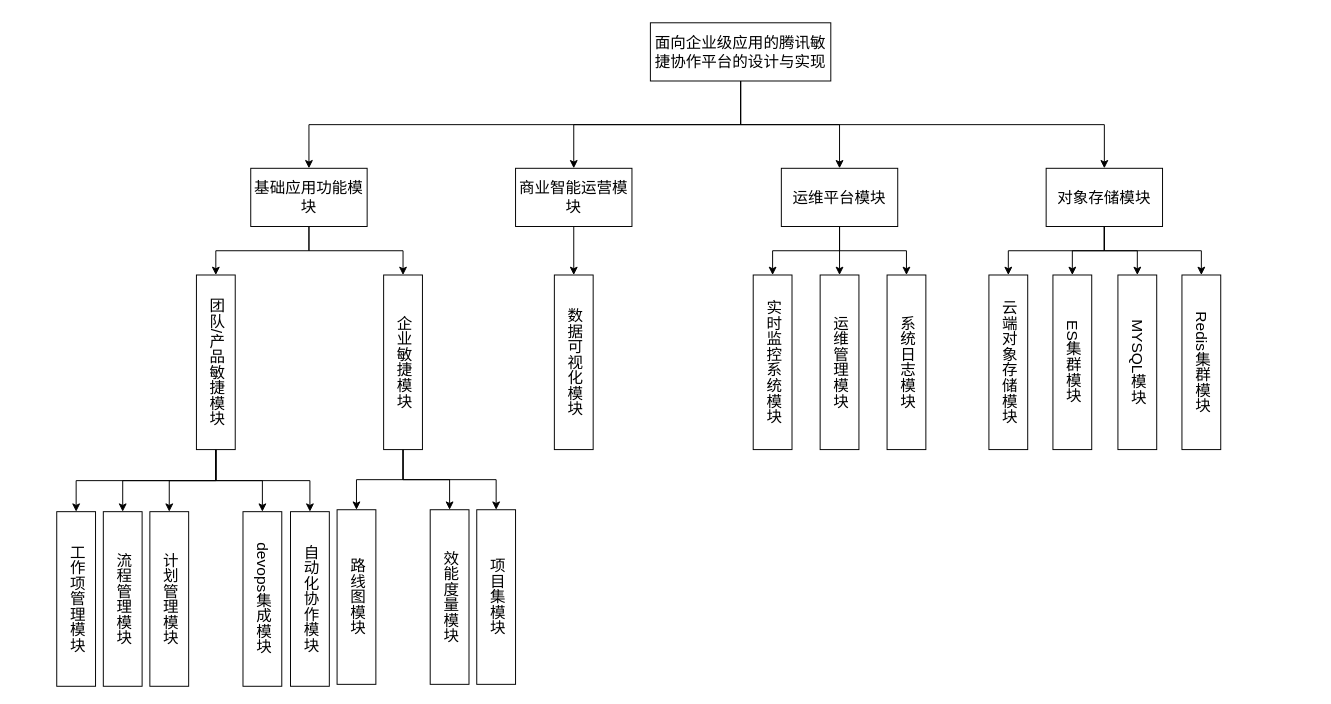
qf2020/drawio keeps this draw.io diagram as system.drawio. Above is the earlier version. Source tidied: cells renumbered, new cells numbered last; positions are measured from the earlier drawing's top-left corner, leaving out a move shared by most shapes. Both pictures are drawn from the tidied source at 97%, with x=0, y=0 at pixel (56, 22).
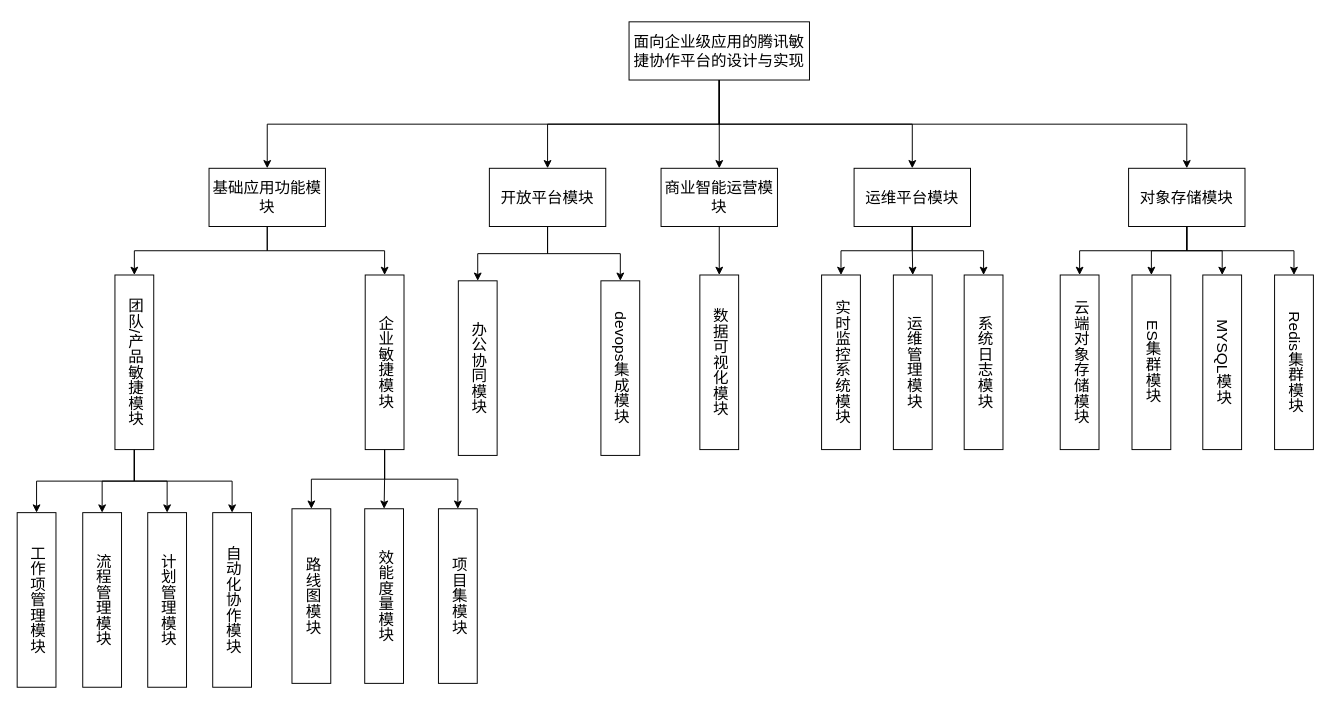
After the change.

Change to the diagram source:
```diff
@@
+    <mxCell id="47" style="edgeStyle=orthogonalEdgeStyle;rounded=0;jettySize=auto;html=1;exitX=0.5;exitY=1;exitDx=0;exitDy=0;" parent="1" edge="1" source="6" target="51">
+      <mxGeometry relative="1" as="geometry" />
+    </mxCell>
     <mxCell id="6" value="&lt;p class=&quot;MsoNormal&quot;&gt;&lt;span style=&quot;font-family: 宋体;&quot;&gt;&lt;font face=&quot;宋体&quot;&gt;&lt;span&gt;面向企业级应用的腾讯敏捷协作平台的设计与实现&lt;/span&gt;&lt;/font&gt;&lt;/span&gt;&lt;/p&gt;" style="rounded=0;whiteSpace=wrap;html=1;fontStyle=0;fontSize=16;" parent="1" vertex="1">
-      <mxGeometry x="612" width="186" height="60" as="geometry" />
+      <mxGeometry x="590" y="-1" width="186" height="60" as="geometry" />
     </mxCell>
@@
     <mxCell id="9" value="&lt;p class=&quot;MsoNormal&quot;&gt;&lt;font face=&quot;宋体&quot;&gt;&lt;span&gt;&lt;span&gt;基础应用功能模块&lt;/span&gt;&lt;/span&gt;&lt;/font&gt;&lt;/p&gt;" style="rounded=0;whiteSpace=wrap;html=1;spacing=2;fontStyle=0;fontSize=16;" parent="1" vertex="1">
-      <mxGeometry x="200" y="150" width="120" height="60" as="geometry" />
+      <mxGeometry x="157" y="150" width="120" height="60" as="geometry" />
     </mxCell>
-    <mxCell id="10" style="edgeStyle=orthogonalEdgeStyle;rounded=0;jettySize=auto;html=1;exitX=0.5;exitY=1;exitDx=0;exitDy=0;entryX=0.5;entryY=0;entryDx=0;entryDy=0;fontStyle=0;fontSize=16;" parent="1" edge="1" source="11" target="46">
-      <mxGeometry relative="1" as="geometry" />
-    </mxCell>
+    <mxCell id="48" style="edgeStyle=orthogonalEdgeStyle;rounded=0;jettySize=auto;html=1;exitX=0.5;exitY=1;exitDx=0;exitDy=0;entryX=0.5;entryY=0;entryDx=0;entryDy=0;" parent="1" edge="1" source="11" target="52">
+      <mxGeometry relative="1" as="geometry" />
+    </mxCell>
+    <mxCell id="49" style="edgeStyle=orthogonalEdgeStyle;rounded=0;jettySize=auto;html=1;exitX=0.5;exitY=1;exitDx=0;exitDy=0;entryX=0.5;entryY=0;entryDx=0;entryDy=0;" parent="1" edge="1" source="11" target="37">
+      <mxGeometry relative="1" as="geometry" />
+    </mxCell>
-    <mxCell id="11" value="&lt;p class=&quot;MsoNormal&quot;&gt;&lt;font face=&quot;宋体&quot;&gt;&lt;span&gt;&lt;span&gt;商业智能运营模块&lt;/span&gt;&lt;/span&gt;&lt;/font&gt;&lt;/p&gt;" style="rounded=0;whiteSpace=wrap;html=1;spacing=2;fontStyle=0;fontSize=16;" parent="1" vertex="1">
-      <mxGeometry x="473" y="150" width="120" height="60" as="geometry" />
+    <mxCell id="11" value="&lt;p class=&quot;MsoNormal&quot;&gt;&lt;font face=&quot;宋体&quot;&gt;&lt;span&gt;&lt;span&gt;开放平台模块&lt;/span&gt;&lt;/span&gt;&lt;/font&gt;&lt;/p&gt;" style="rounded=0;whiteSpace=wrap;html=1;spacing=2;fontStyle=0;fontSize=16;" parent="1" vertex="1">
+      <mxGeometry x="446" y="150" width="120" height="60" as="geometry" />
     </mxCell>
@@
     <mxCell id="16" value="&lt;p class=&quot;MsoNormal&quot;&gt;&lt;span style=&quot;font-family: 宋体;&quot;&gt;&lt;font face=&quot;宋体&quot;&gt;对象存储模块&lt;/font&gt;&lt;/span&gt;&lt;/p&gt;" style="rounded=0;whiteSpace=wrap;html=1;spacing=2;fontStyle=0;fontSize=16;" parent="1" vertex="1">
-      <mxGeometry x="1020" y="150" width="120" height="60" as="geometry" />
+      <mxGeometry x="1105" y="150" width="120" height="60" as="geometry" />
     </mxCell>
@@
     <mxCell id="20" value="&lt;p class=&quot;MsoNormal&quot;&gt;&lt;span style=&quot;font-family: 宋体;&quot;&gt;&lt;font face=&quot;宋体&quot;&gt;运维平台模块&lt;/font&gt;&lt;/span&gt;&lt;/p&gt;" style="rounded=0;whiteSpace=wrap;html=1;spacing=2;fontStyle=0;fontSize=16;" parent="1" vertex="1">
-      <mxGeometry x="747" y="150" width="120" height="60" as="geometry" />
+      <mxGeometry x="822" y="150" width="120" height="60" as="geometry" />
     </mxCell>
@@
-    <mxCell id="24" style="edgeStyle=orthogonalEdgeStyle;rounded=0;jettySize=auto;html=1;exitX=0.5;exitY=1;exitDx=0;exitDy=0;entryX=0.5;entryY=0;entryDx=0;entryDy=0;fontStyle=0;fontSize=16;" parent="1" edge="1" source="26" target="37">
-      <mxGeometry relative="1" as="geometry" />
-    </mxCell>
-    <mxCell id="25" style="edgeStyle=orthogonalEdgeStyle;rounded=0;jettySize=auto;html=1;exitX=0.5;exitY=1;exitDx=0;exitDy=0;entryX=0.5;entryY=0;entryDx=0;entryDy=0;fontStyle=0;fontSize=16;" parent="1" edge="1" source="26" target="38">
+    <mxCell id="25" style="edgeStyle=orthogonalEdgeStyle;rounded=0;jettySize=auto;html=1;exitX=0.5;exitY=1;exitDx=0;exitDy=0;entryX=0.5;entryY=0;entryDx=0;entryDy=0;" parent="1" edge="1" source="26" target="38">
       <mxGeometry relative="1" as="geometry" />
     </mxCell>
     <mxCell id="26" value="团队/产品敏捷模块" style="rounded=0;whiteSpace=wrap;html=1;textDirection=vertical-rl;fontStyle=0;fontSize=16;" parent="1" vertex="1">
-      <mxGeometry x="144" y="260" width="40" height="180" as="geometry" />
+      <mxGeometry x="60" y="260" width="40" height="180" as="geometry" />
     </mxCell>
@@
     <mxCell id="30" value="&lt;span&gt;企业敏捷模块&lt;/span&gt;" style="rounded=0;whiteSpace=wrap;html=1;textDirection=vertical-rl;fontStyle=0;fontSize=16;" parent="1" vertex="1">
-      <mxGeometry x="337" y="260" width="40" height="180" as="geometry" />
+      <mxGeometry x="318" y="260" width="40" height="180" as="geometry" />
     </mxCell>
     <mxCell id="31" value="工作项管理模块" style="rounded=0;whiteSpace=wrap;html=1;textDirection=vertical-rl;fontStyle=0;fontSize=16;" parent="1" vertex="1">
-      <mxGeometry y="504" width="40" height="180" as="geometry" />
+      <mxGeometry x="-40.8" y="505" width="40" height="180" as="geometry" />
     </mxCell>
     <mxCell id="32" value="流程管理模块" style="rounded=0;whiteSpace=wrap;html=1;textDirection=vertical-rl;fontStyle=0;fontSize=16;" parent="1" vertex="1">
-      <mxGeometry x="48" y="504" width="40" height="180" as="geometry" />
+      <mxGeometry x="26.8" y="505" width="40" height="180" as="geometry" />
     </mxCell>
     <mxCell id="33" value="计划管理模块" style="rounded=0;whiteSpace=wrap;html=1;textDirection=vertical-rl;fontStyle=0;fontSize=16;" parent="1" vertex="1">
-      <mxGeometry x="96" y="504" width="40" height="180" as="geometry" />
+      <mxGeometry x="93.8" y="505" width="40" height="180" as="geometry" />
     </mxCell>
     <mxCell id="34" value="路线图模块" style="rounded=0;whiteSpace=wrap;html=1;textDirection=vertical-rl;fontStyle=0;fontSize=16;" parent="1" vertex="1">
-      <mxGeometry x="289" y="502" width="40" height="180" as="geometry" />
+      <mxGeometry x="242.5" y="501" width="40" height="180" as="geometry" />
     </mxCell>
     <mxCell id="35" value="效能度量模块" style="rounded=0;whiteSpace=wrap;html=1;textDirection=vertical-rl;fontStyle=0;fontSize=16;" parent="1" vertex="1">
-      <mxGeometry x="385" y="502" width="40" height="180" as="geometry" />
+      <mxGeometry x="317.5" y="501" width="40" height="180" as="geometry" />
     </mxCell>
     <mxCell id="36" value="项目集模块" style="rounded=0;whiteSpace=wrap;html=1;textDirection=vertical-rl;fontStyle=0;fontSize=16;" parent="1" vertex="1">
-      <mxGeometry x="433" y="502" width="40" height="180" as="geometry" />
+      <mxGeometry x="393.5" y="501" width="40" height="180" as="geometry" />
     </mxCell>
-    <mxCell id="37" value="devops集成模块" style="rounded=0;whiteSpace=wrap;html=1;textDirection=vertical-rl;fontStyle=0;fontSize=16;" parent="1" vertex="1">
-      <mxGeometry x="192" y="504" width="40" height="180" as="geometry" />
-    </mxCell>
-    <mxCell id="38" value="自动化协作模块" style="rounded=0;whiteSpace=wrap;html=1;textDirection=vertical-rl;fontStyle=0;fontSize=16;" parent="1" vertex="1">
-      <mxGeometry x="241" y="504" width="40" height="180" as="geometry" />
-    </mxCell>
-    <mxCell id="39" value="云端对象存储模块" style="rounded=0;whiteSpace=wrap;html=1;textDirection=vertical-rl;fontStyle=0;fontSize=16;" parent="1" vertex="1">
-      <mxGeometry x="961" y="260" width="40" height="180" as="geometry" />
+    <mxCell id="39" value="云端对象存储模块" style="rounded=0;whiteSpace=wrap;html=1;textDirection=vertical-rl;fontStyle=0;fontSize=16;flipH=0;" parent="1" vertex="1">
+      <mxGeometry x="1034.5" y="260" width="40" height="180" as="geometry" />
     </mxCell>
-    <mxCell id="40" value="实时监控系统模块" style="rounded=0;whiteSpace=wrap;html=1;textDirection=vertical-rl;fontStyle=0;fontSize=16;" parent="1" vertex="1">
-      <mxGeometry x="718" y="260" width="40" height="180" as="geometry" />
+    <mxCell id="40" value="实时监控系统模块" style="rounded=0;whiteSpace=wrap;html=1;textDirection=vertical-rl;fontStyle=0;fontSize=16;flipH=0;" parent="1" vertex="1">
+      <mxGeometry x="788.5" y="260" width="40" height="180" as="geometry" />
     </mxCell>
-    <mxCell id="41" value="运维管理模块" style="rounded=0;whiteSpace=wrap;html=1;textDirection=vertical-rl;fontStyle=0;fontSize=16;" parent="1" vertex="1">
-      <mxGeometry x="787" y="260" width="40" height="180" as="geometry" />
+    <mxCell id="41" value="运维管理模块" style="rounded=0;whiteSpace=wrap;html=1;textDirection=vertical-rl;fontStyle=0;fontSize=16;flipH=0;" parent="1" vertex="1">
+      <mxGeometry x="862.5" y="260" width="40" height="180" as="geometry" />
     </mxCell>
-    <mxCell id="42" value="系统日志模块" style="rounded=0;whiteSpace=wrap;html=1;textDirection=vertical-rl;fontStyle=0;fontSize=16;" parent="1" vertex="1">
-      <mxGeometry x="856" y="260" width="40" height="180" as="geometry" />
+    <mxCell id="42" value="系统日志模块" style="rounded=0;whiteSpace=wrap;html=1;textDirection=vertical-rl;fontStyle=0;fontSize=16;flipH=0;" parent="1" vertex="1">
+      <mxGeometry x="935.5" y="260" width="40" height="180" as="geometry" />
     </mxCell>
-    <mxCell id="43" value="ES集群模块" style="rounded=0;whiteSpace=wrap;html=1;textDirection=vertical-rl;fontStyle=0;fontSize=16;" parent="1" vertex="1">
-      <mxGeometry x="1027" y="260" width="40" height="180" as="geometry" />
+    <mxCell id="43" value="ES集群模块" style="rounded=0;whiteSpace=wrap;html=1;textDirection=vertical-rl;fontStyle=0;fontSize=16;flipH=0;" parent="1" vertex="1">
+      <mxGeometry x="1108.5" y="260" width="40" height="180" as="geometry" />
     </mxCell>
-    <mxCell id="44" value="MYSQL模块" style="rounded=0;whiteSpace=wrap;html=1;textDirection=vertical-rl;fontStyle=0;fontSize=16;" parent="1" vertex="1">
-      <mxGeometry x="1094" y="260" width="40" height="180" as="geometry" />
+    <mxCell id="44" value="MYSQL模块" style="rounded=0;whiteSpace=wrap;html=1;textDirection=vertical-rl;fontStyle=0;fontSize=16;flipH=0;" parent="1" vertex="1">
+      <mxGeometry x="1181.5" y="260" width="40" height="180" as="geometry" />
     </mxCell>
-    <mxCell id="45" value="Redis集群模块" style="rounded=0;whiteSpace=wrap;html=1;textDirection=vertical-rl;fontStyle=0;fontSize=16;" parent="1" vertex="1">
-      <mxGeometry x="1160" y="260" width="40" height="180" as="geometry" />
+    <mxCell id="45" value="Redis集群模块" style="rounded=0;whiteSpace=wrap;html=1;textDirection=vertical-rl;fontStyle=0;fontSize=16;flipH=0;" parent="1" vertex="1">
+      <mxGeometry x="1255.5" y="260" width="40" height="180" as="geometry" />
     </mxCell>
+    <mxCell id="50" style="edgeStyle=orthogonalEdgeStyle;rounded=0;jettySize=auto;html=1;exitX=0.5;exitY=1;exitDx=0;exitDy=0;entryX=0.5;entryY=0;entryDx=0;entryDy=0;" parent="1" edge="1" source="51" target="46">
+      <mxGeometry relative="1" as="geometry" />
+    </mxCell>
+    <mxCell id="51" value="&lt;p class=&quot;MsoNormal&quot;&gt;&lt;font face=&quot;宋体&quot;&gt;&lt;span&gt;&lt;span&gt;商业智能运营模块&lt;/span&gt;&lt;/span&gt;&lt;/font&gt;&lt;/p&gt;" style="rounded=0;whiteSpace=wrap;html=1;spacing=2;fontStyle=0;fontSize=16;" parent="1" vertex="1">
+      <mxGeometry x="623" y="150" width="120" height="60" as="geometry" />
+    </mxCell>
     <mxCell id="46" value="数据可视化模块" style="rounded=0;whiteSpace=wrap;html=1;textDirection=vertical-rl;fontStyle=0;fontSize=16;" parent="1" vertex="1">
-      <mxGeometry x="513" y="260" width="40" height="180" as="geometry" />
+      <mxGeometry x="663" y="260" width="40" height="180" as="geometry" />
     </mxCell>
+    <mxCell id="52" value="办公协同模块" style="rounded=0;whiteSpace=wrap;html=1;textDirection=vertical-rl;fontStyle=0;fontSize=16;" parent="1" vertex="1">
+      <mxGeometry x="414" y="266" width="40" height="180" as="geometry" />
+    </mxCell>
+    <mxCell id="37" value="devops集成模块" style="rounded=0;whiteSpace=wrap;html=1;textDirection=vertical-rl;fontStyle=0;fontSize=16;" parent="1" vertex="1">
+      <mxGeometry x="561" y="266" width="40" height="180" as="geometry" />
+    </mxCell>
+    <mxCell id="38" value="自动化协作模块" style="rounded=0;whiteSpace=wrap;html=1;textDirection=vertical-rl;fontStyle=0;fontSize=16;" parent="1" vertex="1">
+      <mxGeometry x="160.8" y="505" width="40" height="180" as="geometry" />
+    </mxCell>
```
